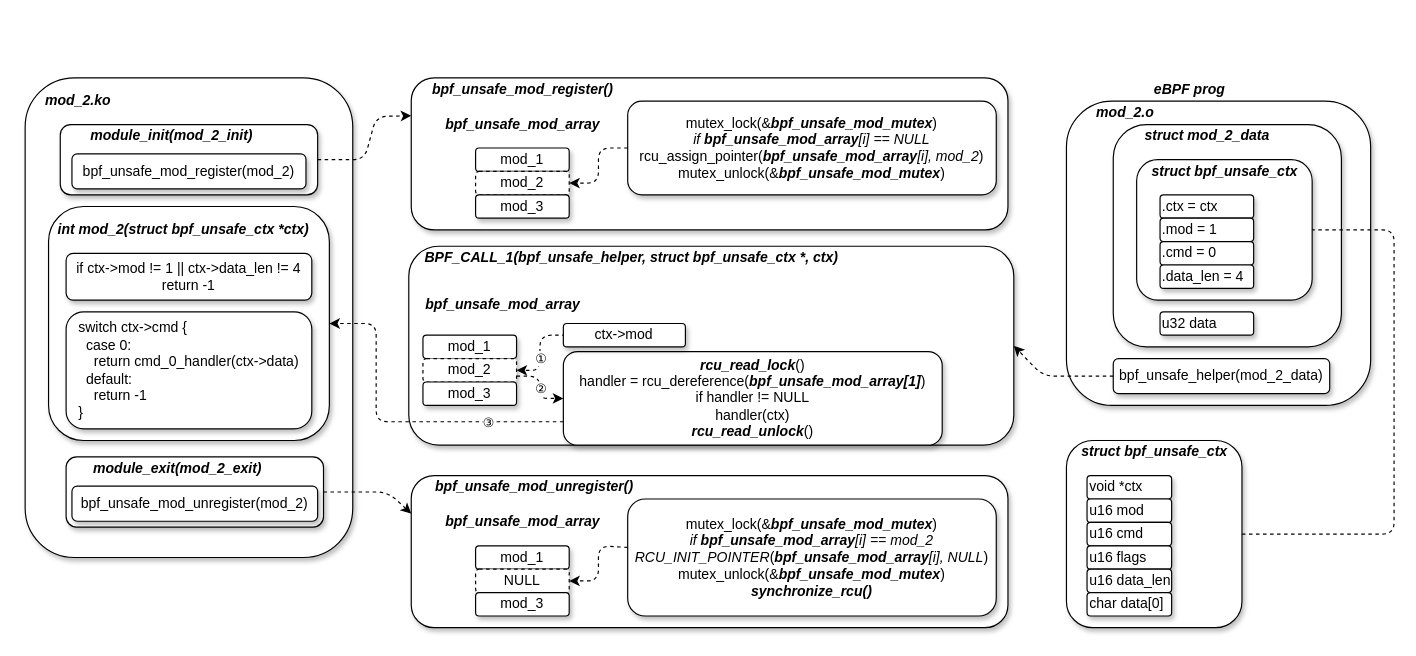
Before: bpf_helper.drawio in AirbornWdd/doc, a draw.io diagram. Source tidied: cells renumbered, new cells numbered last; positions are measured from the earlier drawing's top-left corner, leaving out a move shared by most shapes. Both pictures are drawn from the tidied source at 117%, with x=0, y=0 at pixel (25, 77).
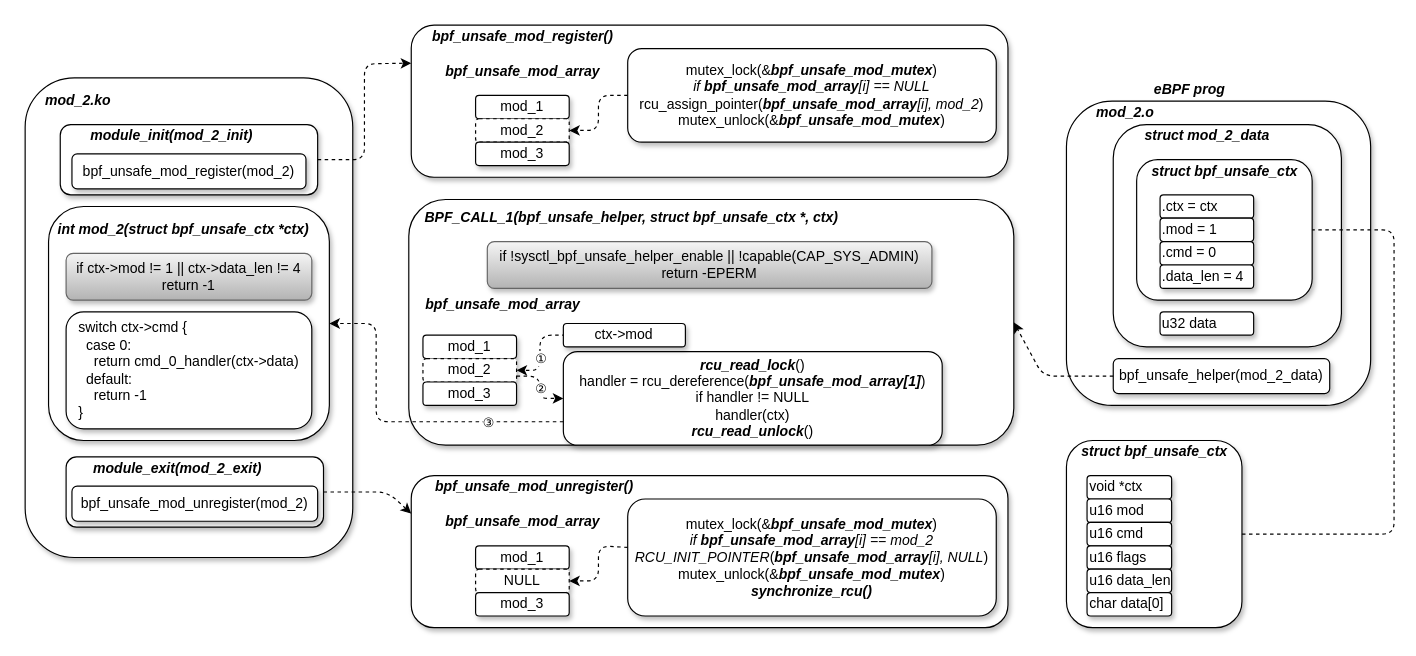
The same page after the edit.

Unchanged cells that the change refers to:
```xml
<mxCell id="2" style="group;" parent="1" vertex="1">
  <mxGeometry x="525" y="144" width="320" height="170" as="geometry" />
</mxCell>
<mxCell id="58" style="rounded=1;whiteSpace=wrap;html=1;shadow=1;" parent="1" vertex="1">
  <mxGeometry x="30" y="40" width="220" height="60" as="geometry" />
</mxCell>
```

The edit, as a diff of the source:
```diff
@@
     <mxCell id="3" style="rounded=1;whiteSpace=wrap;html=1;shadow=1;" parent="2" vertex="1">
-      <mxGeometry x="-197.1" width="517.1" height="170" as="geometry" />
+      <mxGeometry x="-197.1" y="-40" width="517.1" height="210" as="geometry" />
     </mxCell>
@@
-    <mxCell id="5" value="&lt;b&gt;&lt;i&gt;BPF_CALL_1(bpf_unsafe_helper, &lt;/i&gt;&lt;/b&gt;&lt;b&gt;&lt;i&gt;struct bpf_unsafe_ctx *&lt;/i&gt;&lt;/b&gt;&lt;b&gt;&lt;i&gt;, ctx)&lt;/i&gt;&lt;/b&gt;" style="text;html=1;align=center;verticalAlign=middle;" parent="2" vertex="1">
-      <mxGeometry x="-192.1" width="370" height="20" as="geometry" />
-    </mxCell>
@@
     <mxCell id="13" style="rounded=1;whiteSpace=wrap;html=1;shadow=1;" parent="1" vertex="1">
-      <mxGeometry x="330" width="510" height="130" as="geometry" />
+      <mxGeometry x="330" y="-45" width="510" height="130" as="geometry" />
     </mxCell>
     <mxCell id="14" value="&lt;b&gt;&lt;i&gt;bpf_unsafe_mod_register()&lt;/i&gt;&lt;/b&gt;" style="text;html=1;align=center;verticalAlign=middle;" parent="1" vertex="1">
-      <mxGeometry x="340" width="170" height="20" as="geometry" />
+      <mxGeometry x="340" y="-45" width="170" height="20" as="geometry" />
     </mxCell>
     <mxCell id="15" value="mutex_lock(&amp;amp;&lt;b&gt;&lt;i&gt;bpf_unsafe_mod_mutex&lt;/i&gt;&lt;/b&gt;)&lt;br&gt;&lt;i&gt;if &lt;b&gt;bpf_unsafe_mod_array&lt;/b&gt;[i] == NULL&lt;br&gt;&lt;/i&gt;rcu_assign_pointer(&lt;i&gt;&lt;b&gt;bpf_unsafe_mod_array&lt;/b&gt;[i], mod_2&lt;/i&gt;)&lt;br&gt;mutex_unlock(&amp;amp;&lt;b&gt;&lt;i&gt;bpf_unsafe_mod_mutex&lt;/i&gt;&lt;/b&gt;)" style="rounded=1;whiteSpace=wrap;html=1;shadow=1;" parent="1" vertex="1">
-      <mxGeometry x="515" y="20" width="315" height="80" as="geometry" />
+      <mxGeometry x="515" y="-25" width="315" height="80" as="geometry" />
     </mxCell>
     <mxCell id="16" value="&lt;b&gt;&lt;i&gt;bpf_unsafe_mod_array&lt;/i&gt;&lt;/b&gt;" style="text;html=1;align=center;verticalAlign=middle;" parent="1" vertex="1">
-      <mxGeometry x="350" y="30" width="150" height="20" as="geometry" />
+      <mxGeometry x="350" y="-15" width="150" height="20" as="geometry" />
     </mxCell>
     <mxCell id="17" value="mod_1" style="rounded=1;whiteSpace=wrap;html=1;shadow=1;" parent="1" vertex="1">
-      <mxGeometry x="385" y="60" width="80" height="20" as="geometry" />
+      <mxGeometry x="385" y="15" width="80" height="20" as="geometry" />
     </mxCell>
     <mxCell id="18" value="mod_2" style="rounded=1;whiteSpace=wrap;html=1;shadow=1;dashed=1;" parent="1" vertex="1">
-      <mxGeometry x="385" y="80" width="80" height="20" as="geometry" />
+      <mxGeometry x="385" y="35" width="80" height="20" as="geometry" />
     </mxCell>
     <mxCell id="19" value="mod_3" style="rounded=1;whiteSpace=wrap;html=1;shadow=1;" parent="1" vertex="1">
-      <mxGeometry x="385" y="100" width="80" height="20" as="geometry" />
+      <mxGeometry x="385" y="55" width="80" height="20" as="geometry" />
     </mxCell>
     <mxCell id="20" style="endArrow=classic;html=1;exitX=0;exitY=0.5;exitDx=0;exitDy=0;entryX=1;entryY=0.5;entryDx=0;entryDy=0;dashed=1;" parent="1" edge="1" source="15" target="18">
       <mxGeometry relative="1" as="geometry">
         <Array as="points">
-          <mxPoint x="490" y="60" />
-          <mxPoint x="490" y="90" />
+          <mxPoint x="490" y="15" />
+          <mxPoint x="490" y="45" />
         </Array>
       </mxGeometry>
     </mxCell>
@@
-    <mxCell id="63" value="if ctx-&amp;gt;mod != 1 || ctx-&amp;gt;data_len != 4&lt;br&gt;return -1" style="rounded=1;whiteSpace=wrap;html=1;shadow=1;" parent="1" vertex="1">
+    <mxCell id="63" value="if ctx-&amp;gt;mod != 1 || ctx-&amp;gt;data_len != 4&lt;br&gt;return -1" style="rounded=1;whiteSpace=wrap;html=1;shadow=1;fillColor=#f5f5f5;strokeColor=#666666;gradientColor=#b3b3b3;" parent="1" vertex="1">
       <mxGeometry x="35" y="150" width="210" height="40" as="geometry" />
     </mxCell>
@@
     <mxCell id="65" style="endArrow=classic;html=1;entryX=0;entryY=0.25;entryDx=0;entryDy=0;exitX=1;exitY=0.5;exitDx=0;exitDy=0;dashed=1;" parent="1" edge="1" source="58" target="13">
       <mxGeometry relative="1" as="geometry">
         <Array as="points">
           <mxPoint x="290" y="70" />
-          <mxPoint x="300" y="33" />
+          <mxPoint x="290" y="-12" />
         </Array>
       </mxGeometry>
     </mxCell>
@@
+    <mxCell id="72" value="if !sysctl_bpf_unsafe_helper_enable || !capable(CAP_SYS_ADMIN)&lt;br&gt;return -EPERM" style="rounded=1;whiteSpace=wrap;html=1;shadow=1;fillColor=#f5f5f5;strokeColor=#666666;gradientColor=#b3b3b3;" parent="1" vertex="1">
+      <mxGeometry x="395" y="140" width="380" height="40" as="geometry" />
+    </mxCell>
+    <mxCell id="5" value="&lt;b&gt;&lt;i&gt;BPF_CALL_1(bpf_unsafe_helper, &lt;/i&gt;&lt;/b&gt;&lt;b&gt;&lt;i&gt;struct bpf_unsafe_ctx *&lt;/i&gt;&lt;/b&gt;&lt;b&gt;&lt;i&gt;, ctx)&lt;/i&gt;&lt;/b&gt;" style="text;html=1;align=center;verticalAlign=middle;" parent="1" vertex="1">
+      <mxGeometry x="332.9" y="110" width="370" height="20" as="geometry" />
+    </mxCell>
```
